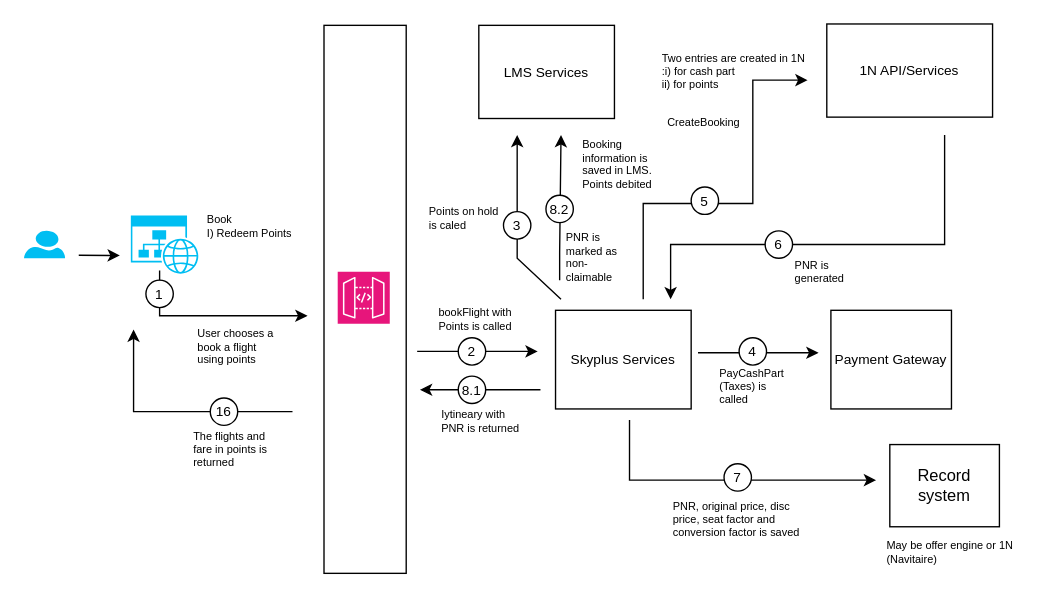
nchauhan4/drawings keeps this draw.io diagram as page "Book" (2 of 2) of Redeem_Points_Flow.drawio. Above is the earlier version. Source tidied: cells renumbered, new cells numbered last; positions are measured from the earlier drawing's top-left corner, leaving out a move shared by most shapes. Both pictures are drawn from the tidied source at 137%, with x=0, y=0 at pixel (23, 23).
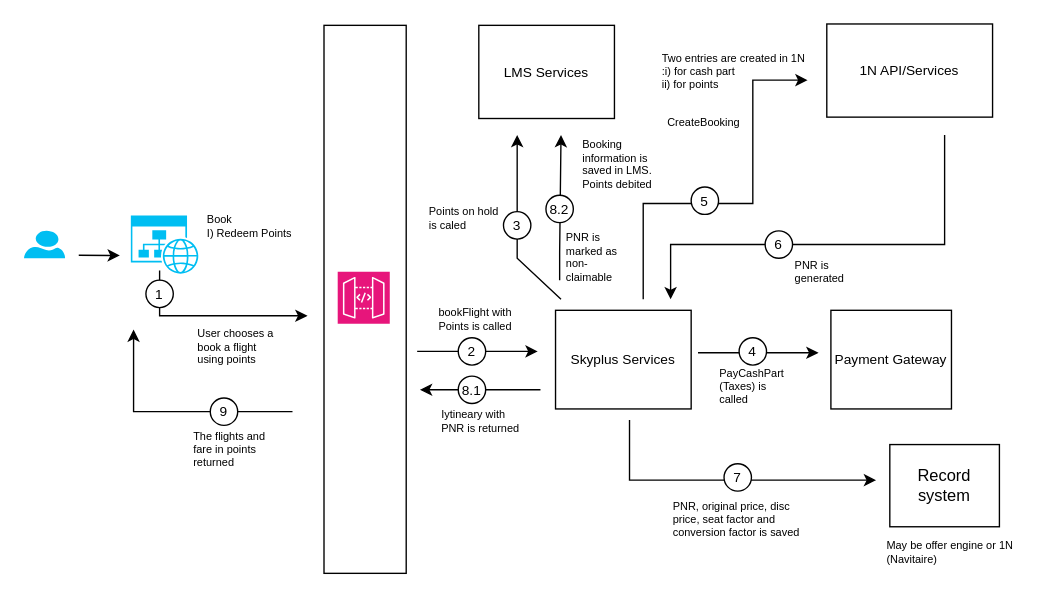
After the change.

Change to the diagram source:
```diff
@@
-    <mxCell id="34" value="&lt;font style=&quot;font-size: 10px;&quot;&gt;16&lt;/font&gt;" style="text;html=1;strokeColor=none;fillColor=none;align=center;verticalAlign=middle;whiteSpace=wrap;rounded=0;" parent="1" vertex="1">
+    <mxCell id="34" value="&lt;font style=&quot;font-size: 10px;&quot;&gt;9&lt;/font&gt;" style="text;html=1;strokeColor=none;fillColor=none;align=center;verticalAlign=middle;whiteSpace=wrap;rounded=0;" parent="1" vertex="1">
       <mxGeometry x="131" y="273" width="30" height="20" as="geometry" />
     </mxCell>
-    <mxCell id="35" value="The flights and fare in points is returned" style="text;html=1;strokeColor=none;fillColor=none;align=left;verticalAlign=top;whiteSpace=wrap;rounded=0;fontSize=8;" parent="1" vertex="1">
+    <mxCell id="35" value="The flights and fare in points&amp;nbsp; returned" style="text;html=1;strokeColor=none;fillColor=none;align=left;verticalAlign=top;whiteSpace=wrap;rounded=0;fontSize=8;" parent="1" vertex="1">
       <mxGeometry x="121.8" y="290" width="58.5" height="33" as="geometry" />
     </mxCell>
```
